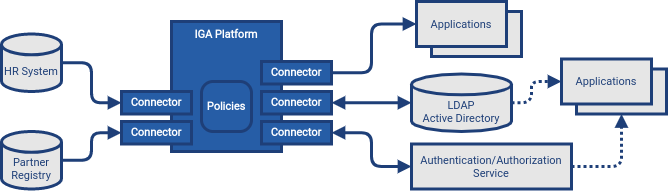
The draw.io diagram iam/iga/iga-architecture.png in Evolveum/docs, before a commit. Source tidied: cells renumbered, new cells last; positions are measured from the earlier drawing's top-left corner, leaving out a move shared by most shapes.
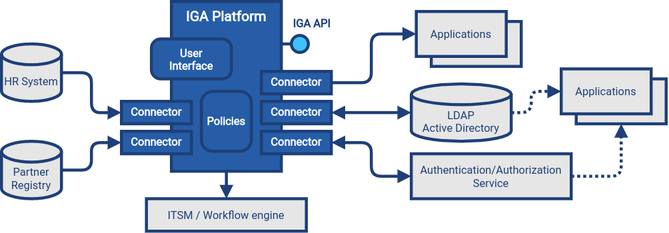
Later version of the same file.

Diff of the diagram source:
```diff
@@ -2,8 +2,8 @@
   <root>
     <mxCell id="0" />
     <mxCell id="1" parent="0" />
-    <mxCell id="2" value="IGA Platform" style="rounded=0;whiteSpace=wrap;html=1;strokeWidth=3;perimeterSpacing=0;glass=0;strokeColor=#1E3F78;fillColor=#265DA6;fontFamily=Roboto;fontSource=https%3A%2F%2Ffonts.googleapis.com%2Fcss%3Ffamily%3DRoboto;fontColor=#FFFFFF;fontSize=11;fontStyle=1;spacing=2;align=center;verticalAlign=top;" parent="1" vertex="1">
-      <mxGeometry x="170" y="20" width="110" height="130" as="geometry" />
+    <mxCell id="2" value="&lt;font style=&quot;font-size: 14px&quot;&gt;IGA Platform&lt;/font&gt;" style="rounded=0;whiteSpace=wrap;html=1;strokeWidth=3;perimeterSpacing=0;glass=0;strokeColor=#1E3F78;fillColor=#265DA6;fontFamily=Roboto;fontSource=https%3A%2F%2Ffonts.googleapis.com%2Fcss%3Ffamily%3DRoboto;fontColor=#FFFFFF;fontSize=11;fontStyle=1;spacing=2;align=center;verticalAlign=top;" parent="1" vertex="1">
+      <mxGeometry x="170" y="-10" width="110" height="170" as="geometry" />
     </mxCell>
     <mxCell id="3" value="Connector" style="rounded=0;whiteSpace=wrap;html=1;strokeWidth=3;perimeterSpacing=0;glass=0;strokeColor=#1E3F78;fillColor=#265DA6;fontFamily=Roboto;fontSource=https%3A%2F%2Ffonts.googleapis.com%2Fcss%3Ffamily%3DRoboto;fontColor=#FFFFFF;fontSize=11;fontStyle=1;spacing=2;" parent="1" vertex="1">
       <mxGeometry x="260" y="60" width="70" height="22.5" as="geometry" />
@@ -46,7 +46,7 @@
       <mxGeometry relative="1" as="geometry" />
     </mxCell>
     <mxCell id="15" value="Policies" style="rounded=1;whiteSpace=wrap;html=1;strokeWidth=3;arcSize=23;strokeColor=#1E3F78;fillColor=#265DA6;fontFamily=Roboto;fontSource=https%3A%2F%2Ffonts.googleapis.com%2Fcss%3Ffamily%3DRoboto;fontColor=#FFFFFF;fontSize=11;fontStyle=1;spacing=2;verticalAlign=middle;" parent="1" vertex="1">
-      <mxGeometry x="200" y="80" width="50" height="50" as="geometry" />
+      <mxGeometry x="200" y="80" width="50" height="60" as="geometry" />
     </mxCell>
     <mxCell id="16" value="&lt;font style=&quot;font-weight: normal&quot; color=&quot;#1e3f78&quot;&gt;Authentication/Authorization&lt;br&gt;Service&lt;/font&gt;" style="rounded=0;whiteSpace=wrap;html=1;strokeWidth=3;perimeterSpacing=0;glass=0;strokeColor=#1E3F78;fontFamily=Roboto;fontSource=https%3A%2F%2Ffonts.googleapis.com%2Fcss%3Ffamily%3DRoboto;fontColor=#FFFFFF;fontSize=11;fontStyle=1;spacing=2;verticalAlign=middle;fillColor=#E6E6E6;" parent="1" vertex="1">
       <mxGeometry x="410" y="142.5" width="160" height="45" as="geometry" />
@@ -84,5 +84,23 @@
         </Array>
       </mxGeometry>
     </mxCell>
+    <mxCell id="24" value="User&lt;br&gt;Interface" style="rounded=1;whiteSpace=wrap;html=1;strokeWidth=3;arcSize=23;strokeColor=#1E3F78;fillColor=#265DA6;fontFamily=Roboto;fontSource=https%3A%2F%2Ffonts.googleapis.com%2Fcss%3Ffamily%3DRoboto;fontColor=#FFFFFF;fontSize=11;fontStyle=1;spacing=2;verticalAlign=middle;direction=south;" parent="1" vertex="1">
+      <mxGeometry x="150" y="27.5" width="80" height="40" as="geometry" />
+    </mxCell>
+    <mxCell id="25" style="ellipse;whiteSpace=wrap;html=1;rounded=0;glass=0;strokeColor=#1E3F78;strokeWidth=3;fillColor=#3FC2FC;" parent="1" vertex="1">
+      <mxGeometry x="290" y="24" width="17" height="17" as="geometry" />
+    </mxCell>
+    <mxCell id="26" style="endArrow=none;html=1;strokeWidth=3;strokeColor=#1E3F78;entryX=0;entryY=0.5;entryDx=0;entryDy=0;exitX=1;exitY=0.25;exitDx=0;exitDy=0;" parent="1" edge="1" source="2" target="25">
+      <mxGeometry relative="1" as="geometry" />
+    </mxCell>
+    <mxCell id="27" value="&lt;span style=&quot;font-family: &amp;#34;roboto&amp;#34; ; font-size: 11px ; font-style: normal ; font-weight: 700 ; letter-spacing: normal ; text-align: center ; text-indent: 0px ; text-transform: none ; word-spacing: 0px ; background-color: rgb(248 , 249 , 250) ; display: inline ; float: none&quot;&gt;&lt;font color=&quot;#1e3f78&quot;&gt;IGA API&lt;/font&gt;&lt;/span&gt;" style="text;whiteSpace=wrap;html=1;" parent="1" vertex="1">
+      <mxGeometry x="290" y="-2.5" width="50" height="30" as="geometry" />
+    </mxCell>
+    <mxCell id="28" value="&lt;font color=&quot;#1e3f78&quot;&gt;&lt;span style=&quot;font-weight: 400&quot;&gt;ITSM / Workflow engine&lt;/span&gt;&lt;/font&gt;" style="rounded=0;whiteSpace=wrap;html=1;strokeWidth=3;perimeterSpacing=0;glass=0;strokeColor=#1E3F78;fontFamily=Roboto;fontSource=https%3A%2F%2Ffonts.googleapis.com%2Fcss%3Ffamily%3DRoboto;fontColor=#FFFFFF;fontSize=11;fontStyle=1;spacing=2;verticalAlign=middle;fillColor=#E6E6E6;" parent="1" vertex="1">
+      <mxGeometry x="145" y="187.5" width="160" height="32.5" as="geometry" />
+    </mxCell>
+    <mxCell id="29" style="endArrow=block;html=1;strokeWidth=3;strokeColor=#1E3F78;endFill=1;exitX=0.5;exitY=1;exitDx=0;exitDy=0;entryX=0.5;entryY=0;entryDx=0;entryDy=0;" parent="1" edge="1" source="2" target="28">
+      <mxGeometry relative="1" as="geometry" />
+    </mxCell>
   </root>
 </mxGraphModel>
```
